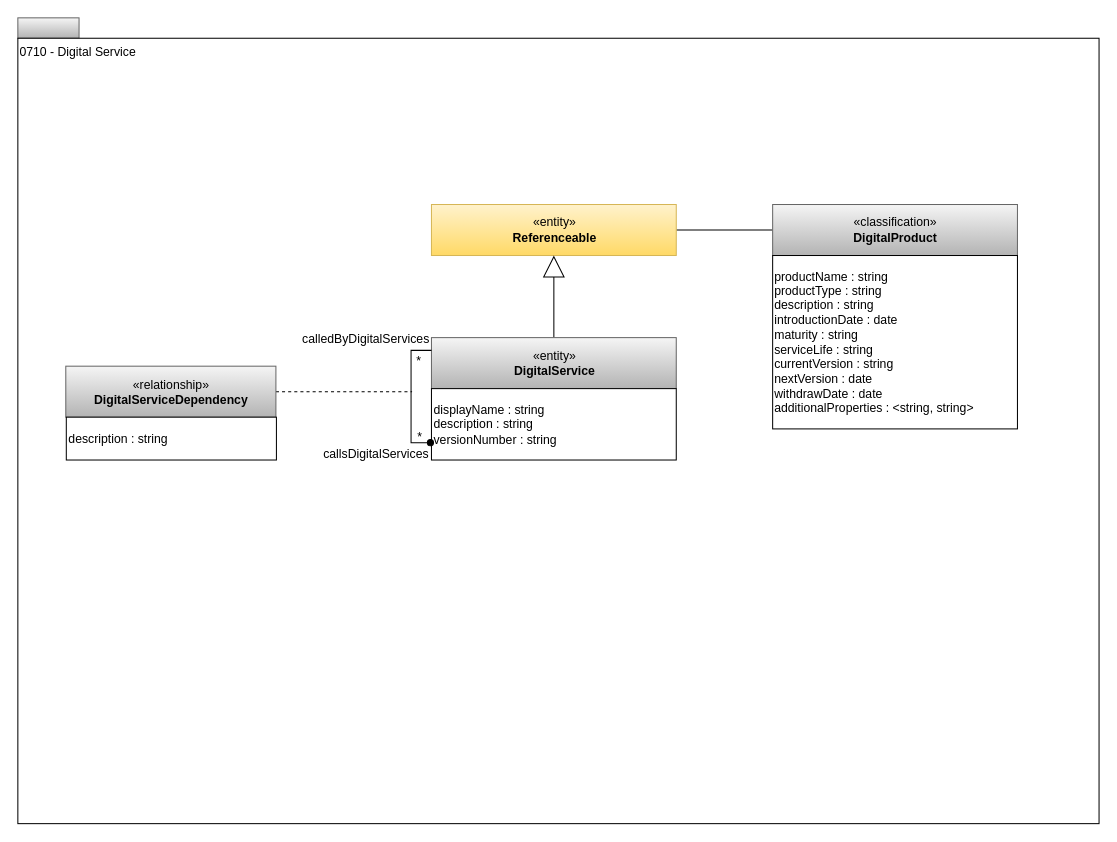
odpi/egeria-docs keeps this draw.io diagram as page "0710-Digital-Service" (2 of 14) of site/docs/types/7/area-7-lineage.drawio. Above is the earlier version. Source tidied: cells renumbered, new cells numbered last; positions are measured from the earlier drawing's top-left corner, leaving out a move shared by most shapes. Both pictures are drawn from the tidied source at 102%, with x=0, y=0 at pixel (17, 17).
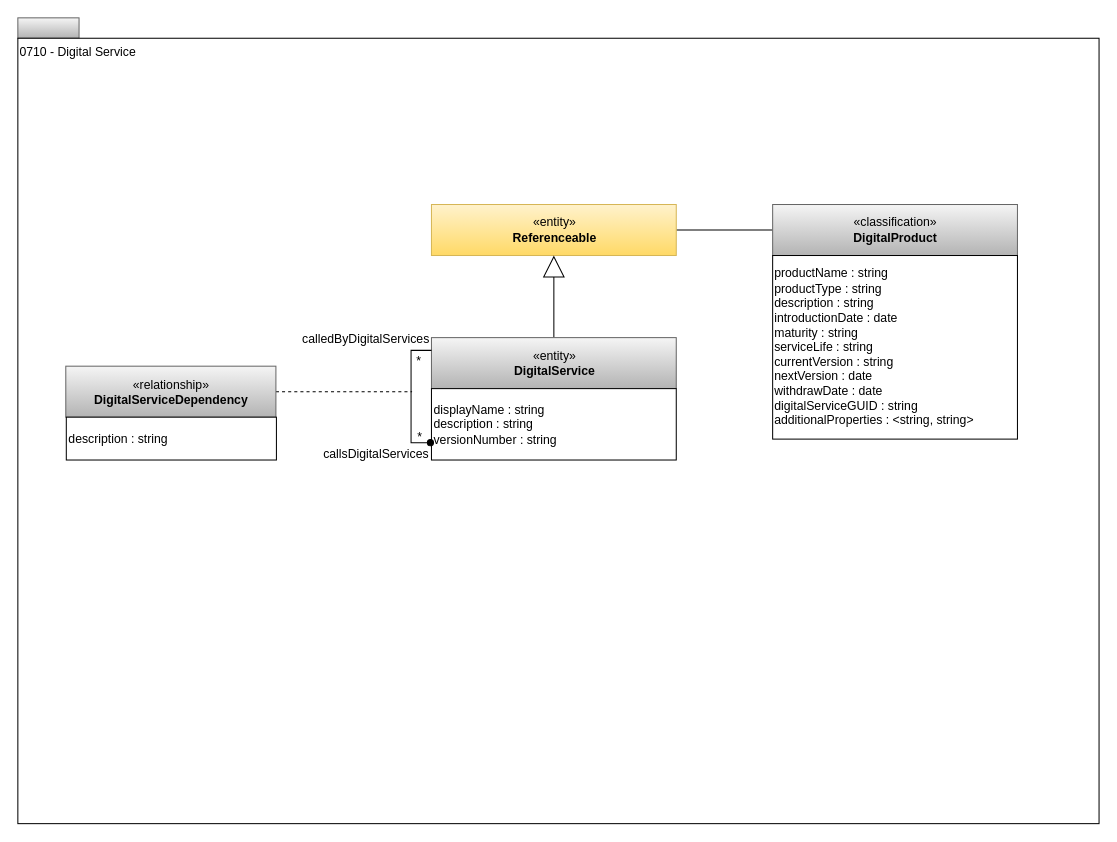
After the change.

Diff of the diagram source:
```diff
@@
 <mxGraphModel>
   <root>
     <mxCell id="0" />
     <mxCell id="1" parent="0" />
     <mxCell id="2" style="rounded=0;whiteSpace=wrap;html=1;align=left;fillColor=#f5f5f5;strokeColor=#666666;gradientColor=#b3b3b3;" parent="1" vertex="1">
       <mxGeometry width="60" height="20" as="geometry" />
     </mxCell>
     <mxCell id="3" value="0710 - Digital Service" style="rounded=0;whiteSpace=wrap;html=1;align=left;verticalAlign=top;" parent="1" vertex="1">
       <mxGeometry y="20" width="1060" height="770" as="geometry" />
     </mxCell>
     <mxCell id="4" style="edgeStyle=orthogonalEdgeStyle;rounded=0;jettySize=auto;html=1;exitX=1;exitY=0.5;exitDx=0;exitDy=0;endArrow=none;endFill=0;" parent="1" edge="1" source="5" target="17">
       <mxGeometry relative="1" as="geometry" />
     </mxCell>
     <mxCell id="5" value="«entity»&lt;br&gt;&lt;b&gt;Referenceable&lt;/b&gt;" style="html=1;strokeColor=#d6b656;align=center;fillColor=#fff2cc;gradientColor=#ffd966;" parent="1" vertex="1">
       <mxGeometry x="405.5" y="183" width="240" height="50" as="geometry" />
     </mxCell>
     <mxCell id="6" style="edgeStyle=orthogonalEdgeStyle;rounded=0;html=1;exitX=1;exitY=0.5;dashed=1;endArrow=none;endFill=0;jettySize=auto;" parent="1" edge="1" source="7">
       <mxGeometry relative="1" as="geometry">
         <mxPoint x="386.5" y="366.5" as="targetPoint" />
       </mxGeometry>
     </mxCell>
     <mxCell id="7" value="«relationship»&lt;br&gt;&lt;b&gt;DigitalServiceDependency&lt;/b&gt;" style="html=1;strokeColor=#666666;align=center;fillColor=#f5f5f5;gradientColor=#b3b3b3;" parent="1" vertex="1">
       <mxGeometry x="47" y="341.5" width="206" height="50" as="geometry" />
     </mxCell>
     <mxCell id="8" value="description : string" style="rounded=0;whiteSpace=wrap;html=1;strokeColor=#000000;gradientColor=#ffffff;align=left;" parent="1" vertex="1">
       <mxGeometry x="47.5" y="391.5" width="206" height="42" as="geometry" />
     </mxCell>
     <mxCell id="9" style="edgeStyle=orthogonalEdgeStyle;rounded=0;jettySize=auto;html=1;exitX=0.5;exitY=0;exitDx=0;exitDy=0;endArrow=block;endFill=0;endSize=19;" parent="1" edge="1" source="10" target="5">
       <mxGeometry relative="1" as="geometry" />
     </mxCell>
     <mxCell id="10" value="«entity»&lt;br&gt;&lt;b&gt;DigitalService&lt;br&gt;&lt;/b&gt;" style="html=1;strokeColor=#666666;align=center;fillColor=#f5f5f5;gradientColor=#b3b3b3;" parent="1" vertex="1">
       <mxGeometry x="405.5" y="313.5" width="240" height="50" as="geometry" />
     </mxCell>
     <mxCell id="11" value="displayName : string&lt;br&gt;description : string&lt;br&gt;versionNumber : string&lt;br&gt;&lt;div style=&quot;text-align: left&quot;&gt;&lt;/div&gt;" style="rounded=0;whiteSpace=wrap;html=1;strokeColor=#000000;gradientColor=#ffffff;align=left;perimeterSpacing=1;" parent="1" vertex="1">
       <mxGeometry x="405.5" y="363.5" width="240" height="70" as="geometry" />
     </mxCell>
     <mxCell id="12" value="calledByDigitalServices" style="text;html=1;align=center;verticalAlign=top;spacingTop=-4;" parent="1" vertex="1">
       <mxGeometry x="270.5" y="304.5" width="140" height="20" as="geometry" />
     </mxCell>
     <mxCell id="13" value="*" style="text;html=1;align=center;verticalAlign=top;spacingTop=-4;" parent="1" vertex="1">
       <mxGeometry x="385.5" y="326.5" width="15" height="14" as="geometry" />
     </mxCell>
     <mxCell id="14" value="*" style="text;html=1;align=center;verticalAlign=top;spacingTop=-4;" parent="1" vertex="1">
       <mxGeometry x="386.5" y="400.5" width="15" height="14" as="geometry" />
     </mxCell>
     <mxCell id="15" value="callsDigitalServices" style="text;html=1;align=center;verticalAlign=top;spacingTop=-4;" parent="1" vertex="1">
       <mxGeometry x="290.5" y="417.5" width="120" height="20" as="geometry" />
     </mxCell>
     <mxCell id="16" style="edgeStyle=orthogonalEdgeStyle;rounded=0;html=1;exitX=0;exitY=0.75;entryX=0;entryY=0.25;endArrow=none;endFill=0;jettySize=auto;entryDx=0;entryDy=0;exitDx=0;exitDy=0;startArrow=oval;startFill=1;" parent="1" edge="1" source="11" target="10">
       <mxGeometry relative="1" as="geometry" />
     </mxCell>
     <mxCell id="17" value="«classification»&lt;br&gt;&lt;b&gt;DigitalProduct&lt;br&gt;&lt;/b&gt;" style="html=1;strokeColor=#666666;align=center;fillColor=#f5f5f5;gradientColor=#b3b3b3;" parent="1" vertex="1">
       <mxGeometry x="740" y="183" width="240" height="50" as="geometry" />
     </mxCell>
-    <mxCell id="18" value="productName : string&lt;br&gt;productType : string&lt;br&gt;description : string&lt;br&gt;introductionDate : date&lt;br&gt;maturity : string&lt;br&gt;serviceLife : string&lt;br&gt;currentVersion : string&lt;br&gt;nextVersion : date&lt;br&gt;withdrawDate : date&lt;br&gt;additionalProperties : &amp;lt;string, string&amp;gt;&lt;br&gt;&lt;div style=&quot;text-align: left&quot;&gt;&lt;/div&gt;" style="rounded=0;whiteSpace=wrap;html=1;strokeColor=#000000;gradientColor=#ffffff;align=left;perimeterSpacing=1;" parent="1" vertex="1">
-      <mxGeometry x="740" y="233" width="240" height="170" as="geometry" />
+    <mxCell id="18" value="productName : string&lt;br&gt;productType : string&lt;br&gt;description : string&lt;br&gt;introductionDate : date&lt;br&gt;maturity : string&lt;br&gt;serviceLife : string&lt;br&gt;currentVersion : string&lt;br&gt;nextVersion : date&lt;br&gt;withdrawDate : date&lt;br&gt;digitalServiceGUID : string&lt;br&gt;additionalProperties : &amp;lt;string, string&amp;gt;&lt;br&gt;&lt;div style=&quot;text-align: left&quot;&gt;&lt;/div&gt;" style="rounded=0;whiteSpace=wrap;html=1;strokeColor=#000000;gradientColor=#ffffff;align=left;perimeterSpacing=1;" parent="1" vertex="1">
+      <mxGeometry x="740" y="233" width="240" height="180" as="geometry" />
     </mxCell>
   </root>
 </mxGraphModel>
```
